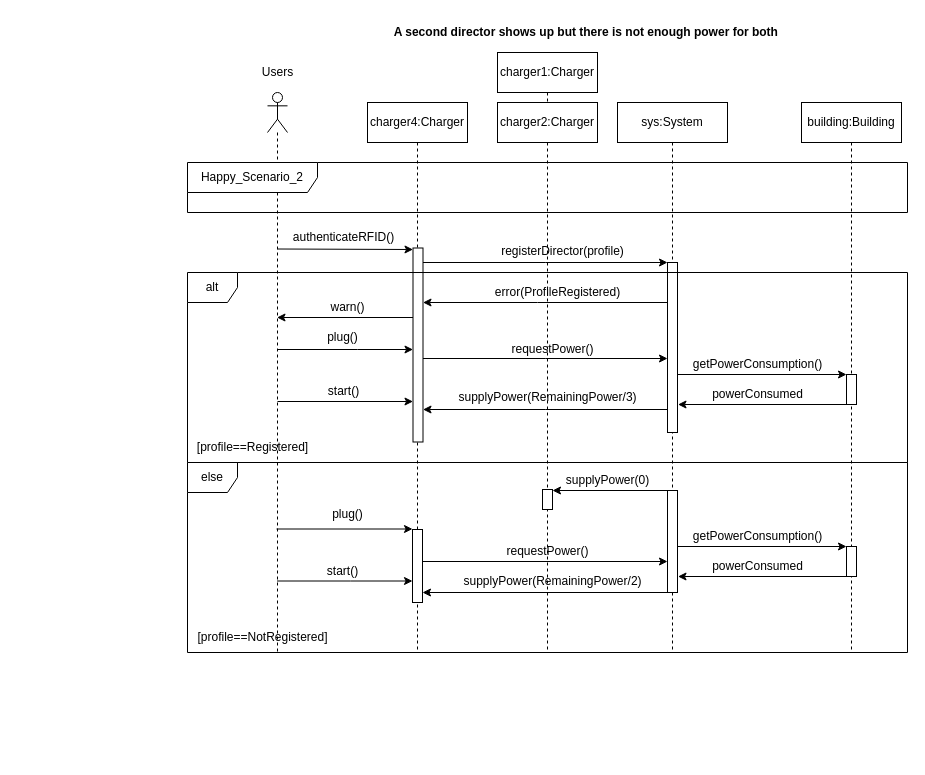
The draw.io diagram page "Profile Registration" (6 of 9) of Documents/Design/UseCases_SequenceDiagrams.drawio in SeanDBrrr/PowerLoadBalancer, before the edit. Source tidied: cells renumbered, new cells numbered last; positions are measured from the earlier drawing's top-left corner, leaving out a move shared by most shapes. Both pictures are drawn from the tidied source at 100%, with x=0, y=0 at pixel (187, 17).
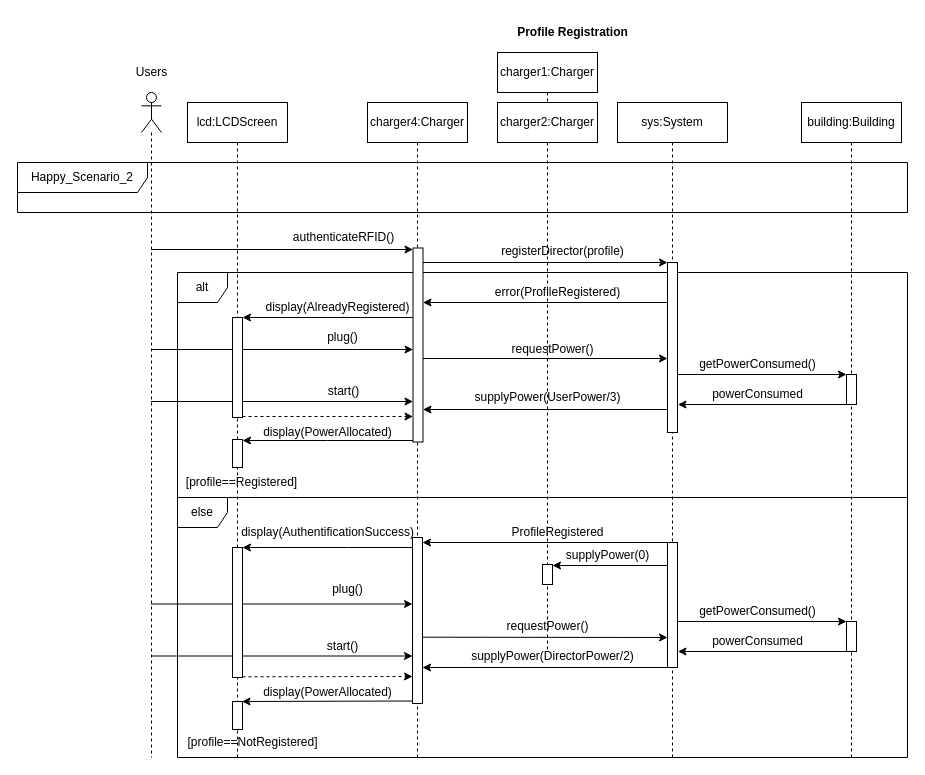
After the change.

The change refers to these unchanged cells:
```xml
<mxCell id="9" style="html=1;points=[];perimeter=orthogonalPerimeter;outlineConnect=0;targetShapes=umlLifeline;portConstraint=eastwest;newEdgeStyle={&quot;edgeStyle&quot;:&quot;elbowEdgeStyle&quot;,&quot;elbow&quot;:&quot;vertical&quot;,&quot;curved&quot;:0,&quot;rounded&quot;:0};" parent="6" vertex="1">
  <mxGeometry x="-204.5" y="145.5" width="10" height="194" as="geometry" />
</mxCell>
<mxCell id="37" value="charger2:Charger" style="shape=umlLifeline;perimeter=lifelinePerimeter;whiteSpace=wrap;html=1;newEdgeStyle={&quot;edgeStyle&quot;:&quot;elbowEdgeStyle&quot;,&quot;elbow&quot;:&quot;vertical&quot;,&quot;curved&quot;:0,&quot;rounded&quot;:0};" parent="1" vertex="1">
  <mxGeometry x="310" y="85" width="100" height="550" as="geometry" />
</mxCell>
```

The edit, as a diff of the source:
```diff
@@
+    <mxCell id="21" value="alt" style="shape=umlFrame;whiteSpace=wrap;html=1;width=50;height=30;" parent="1" vertex="1">
+      <mxGeometry x="-10" y="255" width="730" height="225" as="geometry" />
+    </mxCell>
+    <mxCell id="34" value="else" style="shape=umlFrame;whiteSpace=wrap;html=1;width=50;height=30;" parent="1" vertex="1">
+      <mxGeometry x="-10" y="480" width="730" height="260" as="geometry" />
+    </mxCell>
     <mxCell id="2" value="charger4:Charger" style="shape=umlLifeline;perimeter=lifelinePerimeter;whiteSpace=wrap;html=1;newEdgeStyle={&quot;edgeStyle&quot;:&quot;elbowEdgeStyle&quot;,&quot;elbow&quot;:&quot;vertical&quot;,&quot;curved&quot;:0,&quot;rounded&quot;:0};" parent="1" vertex="1">
-      <mxGeometry x="180" y="85" width="100" height="550" as="geometry" />
+      <mxGeometry x="180" y="85" width="100" height="655" as="geometry" />
     </mxCell>
-    <mxCell id="3" style="edgeStyle=elbowEdgeStyle;rounded=0;orthogonalLoop=1;jettySize=auto;html=1;elbow=vertical;curved=0;" parent="1" edge="1">
+    <mxCell id="3" style="edgeStyle=elbowEdgeStyle;rounded=0;jettySize=auto;html=1;elbow=vertical;curved=0;" parent="1" edge="1" source="4">
       <mxGeometry relative="1" as="geometry">
-        <mxPoint x="89.5" y="332" as="sourcePoint" />
         <mxPoint x="225.5" y="332" as="targetPoint" />
         <Array as="points">
           <mxPoint x="170" y="332" />
         </Array>
       </mxGeometry>
     </mxCell>
     <mxCell id="4" style="shape=umlLifeline;perimeter=lifelinePerimeter;whiteSpace=wrap;html=1;outlineConnect=0;portConstraint=eastwest;newEdgeStyle={&quot;edgeStyle&quot;:&quot;elbowEdgeStyle&quot;,&quot;elbow&quot;:&quot;vertical&quot;,&quot;curved&quot;:0,&quot;rounded&quot;:0};participant=umlActor;" parent="1" vertex="1">
-      <mxGeometry x="80" y="75" width="20" height="560" as="geometry" />
+      <mxGeometry x="-46" y="75" width="20" height="665" as="geometry" />
     </mxCell>
     <mxCell id="5" value="Happy_Scenario_2" style="shape=umlFrame;whiteSpace=wrap;html=1;width=130;height=30;" parent="1" vertex="1">
-      <mxGeometry y="145" width="720" height="50" as="geometry" />
+      <mxGeometry x="-170" y="145" width="890" height="50" as="geometry" />
     </mxCell>
     <mxCell id="6" value="sys:System" style="shape=umlLifeline;perimeter=lifelinePerimeter;whiteSpace=wrap;html=1;newEdgeStyle={&quot;edgeStyle&quot;:&quot;elbowEdgeStyle&quot;,&quot;elbow&quot;:&quot;vertical&quot;,&quot;curved&quot;:0,&quot;rounded&quot;:0};" parent="1" vertex="1">
-      <mxGeometry x="430" y="85" width="110" height="550" as="geometry" />
+      <mxGeometry x="430" y="85" width="110" height="655" as="geometry" />
     </mxCell>
@@
-    <mxCell id="10" style="edgeStyle=elbowEdgeStyle;rounded=0;orthogonalLoop=1;jettySize=auto;html=1;elbow=vertical;curved=0;" parent="6" edge="1">
+    <mxCell id="10" style="edgeStyle=elbowEdgeStyle;rounded=0;jettySize=auto;html=1;elbow=vertical;curved=0;" parent="6" edge="1" source="4">
       <mxGeometry relative="1" as="geometry">
-        <mxPoint x="-340" y="146.5" as="sourcePoint" />
         <mxPoint x="-204.5" y="146.5" as="targetPoint" />
       </mxGeometry>
     </mxCell>
-    <mxCell id="11" style="edgeStyle=elbowEdgeStyle;rounded=0;orthogonalLoop=1;jettySize=auto;html=1;elbow=vertical;curved=0;" parent="6" edge="1">
+    <mxCell id="11" style="edgeStyle=elbowEdgeStyle;rounded=0;jettySize=auto;html=1;elbow=vertical;curved=0;" parent="6" edge="1" source="4">
       <mxGeometry relative="1" as="geometry">
-        <mxPoint x="-340" y="299" as="sourcePoint" />
         <mxPoint x="-204.5" y="299" as="targetPoint" />
         <Array as="points">
           <mxPoint x="-266.5" y="299" />
         </Array>
       </mxGeometry>
     </mxCell>
@@
     <mxCell id="17" style="html=1;points=[];perimeter=orthogonalPerimeter;outlineConnect=0;targetShapes=umlLifeline;portConstraint=eastwest;newEdgeStyle={&quot;edgeStyle&quot;:&quot;elbowEdgeStyle&quot;,&quot;elbow&quot;:&quot;vertical&quot;,&quot;curved&quot;:0,&quot;rounded&quot;:0};" parent="6" vertex="1">
-      <mxGeometry x="50" y="388" width="10" height="102" as="geometry" />
+      <mxGeometry x="50" y="440" width="10" height="125" as="geometry" />
     </mxCell>
     <mxCell id="18" value="building:Building" style="shape=umlLifeline;perimeter=lifelinePerimeter;whiteSpace=wrap;html=1;newEdgeStyle={&quot;edgeStyle&quot;:&quot;elbowEdgeStyle&quot;,&quot;elbow&quot;:&quot;vertical&quot;,&quot;curved&quot;:0,&quot;rounded&quot;:0};" parent="1" vertex="1">
-      <mxGeometry x="614" y="85" width="100" height="550" as="geometry" />
+      <mxGeometry x="614" y="85" width="100" height="655" as="geometry" />
     </mxCell>
     <mxCell id="19" value="Users" style="text;html=1;align=center;verticalAlign=middle;strokeColor=none;fillColor=none;" parent="1" vertex="1">
-      <mxGeometry x="65" y="40" width="50" height="30" as="geometry" />
+      <mxGeometry x="-61" y="40" width="50" height="30" as="geometry" />
     </mxCell>
@@
-    <mxCell id="21" value="alt" style="shape=umlFrame;whiteSpace=wrap;html=1;width=50;height=30;" parent="1" vertex="1">
-      <mxGeometry y="255" width="720" height="190" as="geometry" />
-    </mxCell>
     <mxCell id="22" value="[profile==Registered]" style="text;html=1;align=center;verticalAlign=middle;strokeColor=none;fillColor=none;" parent="1" vertex="1">
-      <mxGeometry y="415" width="130" height="30" as="geometry" />
+      <mxGeometry x="-11" y="450" width="130" height="30" as="geometry" />
     </mxCell>
@@
-    <mxCell id="25" style="edgeStyle=elbowEdgeStyle;rounded=0;orthogonalLoop=1;jettySize=auto;html=1;elbow=vertical;curved=0;" parent="1" edge="1">
+    <mxCell id="25" style="edgeStyle=elbowEdgeStyle;rounded=0;jettySize=auto;html=1;elbow=vertical;curved=0;" parent="1" edge="1" target="59">
       <mxGeometry relative="1" as="geometry">
         <mxPoint x="225.5" y="300" as="sourcePoint" />
-        <mxPoint x="89.5" y="300" as="targetPoint" />
       </mxGeometry>
     </mxCell>
-    <mxCell id="26" value="warn()" style="text;html=1;align=center;verticalAlign=middle;strokeColor=none;fillColor=none;" parent="1" vertex="1">
-      <mxGeometry x="130" y="275" width="60" height="30" as="geometry" />
+    <mxCell id="26" value="display(AlreadyRegistered)" style="text;html=1;align=center;verticalAlign=middle;strokeColor=none;fillColor=none;" parent="1" vertex="1">
+      <mxGeometry x="65" y="275" width="170" height="30" as="geometry" />
     </mxCell>
@@
-    <mxCell id="28" value="supplyPower(RemainingPower/3)" style="text;html=1;align=center;verticalAlign=middle;strokeColor=none;fillColor=none;" parent="1" vertex="1">
-      <mxGeometry x="260" y="365" width="200" height="30" as="geometry" />
+    <mxCell id="28" value="supplyPower(UserPower/3)" style="text;html=1;align=center;verticalAlign=middle;strokeColor=none;fillColor=none;" parent="1" vertex="1">
+      <mxGeometry x="275" y="365" width="170" height="30" as="geometry" />
     </mxCell>
@@
-    <mxCell id="30" value="getPowerConsumption()" style="text;html=1;align=center;verticalAlign=middle;strokeColor=none;fillColor=none;" parent="1" vertex="1">
-      <mxGeometry x="495" y="332" width="150" height="30" as="geometry" />
+    <mxCell id="30" value="getPowerConsumed()" style="text;html=1;align=center;verticalAlign=middle;strokeColor=none;fillColor=none;" parent="1" vertex="1">
+      <mxGeometry x="500" y="332" width="140" height="30" as="geometry" />
     </mxCell>
@@
-    <mxCell id="34" value="else" style="shape=umlFrame;whiteSpace=wrap;html=1;width=50;height=30;" parent="1" vertex="1">
-      <mxGeometry y="445" width="720" height="190" as="geometry" />
-    </mxCell>
     <mxCell id="35" value="[profile==NotRegistered]" style="text;html=1;align=center;verticalAlign=middle;strokeColor=none;fillColor=none;" parent="1" vertex="1">
-      <mxGeometry y="605" width="150" height="30" as="geometry" />
+      <mxGeometry x="-10" y="710" width="150" height="30" as="geometry" />
     </mxCell>
@@
     <mxCell id="38" style="html=1;perimeter=orthogonalPerimeter;targetShapes=umlLifeline;newEdgeStyle={&quot;edgeStyle&quot;:&quot;elbowEdgeStyle&quot;,&quot;elbow&quot;:&quot;vertical&quot;,&quot;curved&quot;:0,&quot;rounded&quot;:0};" parent="37" vertex="1">
-      <mxGeometry x="45" y="387" width="10" height="20" as="geometry" />
+      <mxGeometry x="45" y="462" width="10" height="20" as="geometry" />
     </mxCell>
     <mxCell id="39" style="edgeStyle=elbowEdgeStyle;rounded=0;orthogonalLoop=1;jettySize=auto;html=1;elbow=vertical;curved=0;" parent="1" edge="1">
       <mxGeometry relative="1" as="geometry">
-        <mxPoint x="480" y="473" as="sourcePoint" />
-        <mxPoint x="365" y="473" as="targetPoint" />
+        <mxPoint x="480" y="548" as="sourcePoint" />
+        <mxPoint x="365" y="548" as="targetPoint" />
       </mxGeometry>
     </mxCell>
     <mxCell id="40" value="supplyPower(0)" style="text;html=1;align=center;verticalAlign=middle;strokeColor=none;fillColor=none;" parent="1" vertex="1">
-      <mxGeometry x="365" y="448" width="110" height="30" as="geometry" />
+      <mxGeometry x="365" y="523" width="110" height="30" as="geometry" />
     </mxCell>
-    <mxCell id="41" style="edgeStyle=elbowEdgeStyle;rounded=0;jettySize=auto;html=1;elbow=vertical;curved=0;" parent="1" edge="1" source="42" target="17">
-      <mxGeometry relative="1" as="geometry" />
+    <mxCell id="41" style="edgeStyle=elbowEdgeStyle;rounded=0;orthogonalLoop=1;jettySize=auto;html=1;elbow=vertical;curved=0;" parent="1" edge="1">
+      <mxGeometry relative="1" as="geometry">
+        <mxPoint x="235" y="619.7" as="sourcePoint" />
+        <mxPoint x="480" y="619.7" as="targetPoint" />
+      </mxGeometry>
     </mxCell>
+    <mxCell id="56" style="edgeStyle=elbowEdgeStyle;rounded=0;jettySize=auto;html=1;elbow=vertical;curved=0;" parent="1" edge="1" source="42" target="65">
+      <mxGeometry relative="1" as="geometry">
+        <Array as="points">
+          <mxPoint x="160" y="530" />
+        </Array>
+      </mxGeometry>
+    </mxCell>
     <mxCell id="42" style="html=1;points=[];perimeter=orthogonalPerimeter;outlineConnect=0;targetShapes=umlLifeline;portConstraint=eastwest;newEdgeStyle={&quot;edgeStyle&quot;:&quot;elbowEdgeStyle&quot;,&quot;elbow&quot;:&quot;vertical&quot;,&quot;curved&quot;:0,&quot;rounded&quot;:0};" parent="1" vertex="1">
-      <mxGeometry x="225" y="512" width="10" height="73" as="geometry" />
+      <mxGeometry x="225" y="520" width="10" height="166" as="geometry" />
     </mxCell>
     <mxCell id="43" style="edgeStyle=elbowEdgeStyle;rounded=0;orthogonalLoop=1;jettySize=auto;html=1;elbow=vertical;curved=0;" parent="1" edge="1">
       <mxGeometry relative="1" as="geometry">
-        <mxPoint x="89" y="511.5" as="sourcePoint" />
-        <mxPoint x="225" y="511.5" as="targetPoint" />
+        <mxPoint x="-36.7" y="586.5" as="sourcePoint" />
+        <mxPoint x="225" y="586.5" as="targetPoint" />
         <Array as="points">
-          <mxPoint x="169.5" y="511.5" />
+          <mxPoint x="169.5" y="586.5" />
         </Array>
       </mxGeometry>
     </mxCell>
     <mxCell id="44" style="edgeStyle=elbowEdgeStyle;rounded=0;orthogonalLoop=1;jettySize=auto;html=1;elbow=vertical;curved=0;" parent="1" edge="1">
       <mxGeometry relative="1" as="geometry">
-        <mxPoint x="89.5" y="563.5" as="sourcePoint" />
-        <mxPoint x="225" y="563.5" as="targetPoint" />
+        <mxPoint x="-36.7" y="638.5" as="sourcePoint" />
+        <mxPoint x="225" y="638.5" as="targetPoint" />
         <Array as="points">
-          <mxPoint x="163" y="563.5" />
+          <mxPoint x="163" y="638.5" />
         </Array>
       </mxGeometry>
     </mxCell>
     <mxCell id="45" value="start()" style="text;html=1;align=center;verticalAlign=middle;strokeColor=none;fillColor=none;" parent="1" vertex="1">
-      <mxGeometry x="130" y="538.5" width="50" height="30" as="geometry" />
+      <mxGeometry x="130" y="613.5" width="50" height="30" as="geometry" />
     </mxCell>
     <mxCell id="46" value="plug()" style="text;html=1;align=center;verticalAlign=middle;strokeColor=none;fillColor=none;" parent="1" vertex="1">
-      <mxGeometry x="135" y="482" width="50" height="30" as="geometry" />
+      <mxGeometry x="135" y="557" width="50" height="30" as="geometry" />
     </mxCell>
     <mxCell id="47" style="edgeStyle=elbowEdgeStyle;rounded=0;orthogonalLoop=1;jettySize=auto;html=1;elbow=vertical;curved=0;" parent="1" edge="1">
       <mxGeometry relative="1" as="geometry">
-        <mxPoint x="480" y="575" as="sourcePoint" />
-        <mxPoint x="235" y="575" as="targetPoint" />
+        <mxPoint x="480" y="650" as="sourcePoint" />
+        <mxPoint x="235" y="650" as="targetPoint" />
       </mxGeometry>
     </mxCell>
-    <mxCell id="48" value="supplyPower(RemainingPower/2)" style="text;html=1;align=center;verticalAlign=middle;strokeColor=none;fillColor=none;" parent="1" vertex="1">
-      <mxGeometry x="265" y="549" width="200" height="30" as="geometry" />
+    <mxCell id="48" value="supplyPower(DirectorPower/2)" style="text;html=1;align=center;verticalAlign=middle;strokeColor=none;fillColor=none;" parent="1" vertex="1">
+      <mxGeometry x="270" y="624" width="190" height="30" as="geometry" />
     </mxCell>
     <mxCell id="49" value="requestPower()" style="text;html=1;align=center;verticalAlign=middle;strokeColor=none;fillColor=none;" parent="1" vertex="1">
-      <mxGeometry x="305" y="519" width="110" height="30" as="geometry" />
+      <mxGeometry x="305" y="594" width="110" height="30" as="geometry" />
     </mxCell>
     <mxCell id="50" style="html=1;perimeter=orthogonalPerimeter;targetShapes=umlLifeline;newEdgeStyle={&quot;edgeStyle&quot;:&quot;elbowEdgeStyle&quot;,&quot;elbow&quot;:&quot;vertical&quot;,&quot;curved&quot;:0,&quot;rounded&quot;:0};" parent="1" vertex="1">
-      <mxGeometry x="659" y="529" width="10" height="30" as="geometry" />
+      <mxGeometry x="659" y="604" width="10" height="30" as="geometry" />
     </mxCell>
-    <mxCell id="51" value="getPowerConsumption()" style="text;html=1;align=center;verticalAlign=middle;strokeColor=none;fillColor=none;" parent="1" vertex="1">
-      <mxGeometry x="495" y="504" width="150" height="30" as="geometry" />
+    <mxCell id="51" value="getPowerConsumed()" style="text;html=1;align=center;verticalAlign=middle;strokeColor=none;fillColor=none;" parent="1" vertex="1">
+      <mxGeometry x="500" y="579" width="140" height="30" as="geometry" />
     </mxCell>
     <mxCell id="52" style="edgeStyle=elbowEdgeStyle;rounded=0;orthogonalLoop=1;jettySize=auto;html=1;elbow=vertical;curved=0;" parent="1" edge="1">
       <mxGeometry relative="1" as="geometry">
-        <mxPoint x="659" y="559" as="sourcePoint" />
-        <mxPoint x="490.5" y="559.5" as="targetPoint" />
+        <mxPoint x="659" y="634" as="sourcePoint" />
+        <mxPoint x="490.5" y="634.5" as="targetPoint" />
       </mxGeometry>
     </mxCell>
     <mxCell id="53" value="powerConsumed" style="text;html=1;align=center;verticalAlign=middle;strokeColor=none;fillColor=none;" parent="1" vertex="1">
-      <mxGeometry x="515" y="534" width="110" height="30" as="geometry" />
+      <mxGeometry x="515" y="609" width="110" height="30" as="geometry" />
     </mxCell>
     <mxCell id="54" style="edgeStyle=elbowEdgeStyle;rounded=0;orthogonalLoop=1;jettySize=auto;html=1;elbow=vertical;curved=0;" parent="1" edge="1">
       <mxGeometry relative="1" as="geometry">
-        <mxPoint x="490" y="529" as="sourcePoint" />
-        <mxPoint x="659" y="529" as="targetPoint" />
+        <mxPoint x="490" y="604" as="sourcePoint" />
+        <mxPoint x="659" y="604" as="targetPoint" />
       </mxGeometry>
     </mxCell>
-    <mxCell id="55" value="&lt;b&gt;A second director shows up but there is not enough power for both&amp;nbsp;&lt;/b&gt;" style="text;html=1;align=center;verticalAlign=middle;strokeColor=none;fillColor=none;" parent="1" vertex="1">
-      <mxGeometry x="195" width="410" height="30" as="geometry" />
+    <mxCell id="55" value="&lt;b&gt;Profile Registration&lt;/b&gt;" style="text;html=1;align=center;verticalAlign=middle;strokeColor=none;fillColor=none;" parent="1" vertex="1">
+      <mxGeometry x="320" width="130" height="30" as="geometry" />
     </mxCell>
+    <mxCell id="57" value="lcd:LCDScreen" style="shape=umlLifeline;perimeter=lifelinePerimeter;whiteSpace=wrap;html=1;newEdgeStyle={&quot;edgeStyle&quot;:&quot;elbowEdgeStyle&quot;,&quot;elbow&quot;:&quot;vertical&quot;,&quot;curved&quot;:0,&quot;rounded&quot;:0};" parent="1" vertex="1">
+      <mxGeometry y="85" width="100" height="655" as="geometry" />
+    </mxCell>
+    <mxCell id="58" style="edgeStyle=elbowEdgeStyle;rounded=0;jettySize=auto;html=1;elbow=vertical;curved=0;dashed=1;" parent="1" edge="1" source="59">
+      <mxGeometry relative="1" as="geometry">
+        <mxPoint x="225.5" y="399.3" as="targetPoint" />
+      </mxGeometry>
+    </mxCell>
+    <mxCell id="59" style="html=1;points=[];perimeter=orthogonalPerimeter;outlineConnect=0;targetShapes=umlLifeline;portConstraint=eastwest;newEdgeStyle={&quot;edgeStyle&quot;:&quot;elbowEdgeStyle&quot;,&quot;elbow&quot;:&quot;vertical&quot;,&quot;curved&quot;:0,&quot;rounded&quot;:0};" parent="1" vertex="1">
+      <mxGeometry x="45" y="300" width="10" height="100" as="geometry" />
+    </mxCell>
+    <mxCell id="60" style="html=1;points=[];perimeter=orthogonalPerimeter;outlineConnect=0;targetShapes=umlLifeline;portConstraint=eastwest;newEdgeStyle={&quot;edgeStyle&quot;:&quot;elbowEdgeStyle&quot;,&quot;elbow&quot;:&quot;vertical&quot;,&quot;curved&quot;:0,&quot;rounded&quot;:0};" parent="1" vertex="1">
+      <mxGeometry x="45" y="422" width="10" height="28" as="geometry" />
+    </mxCell>
+    <mxCell id="61" style="edgeStyle=elbowEdgeStyle;rounded=0;jettySize=auto;html=1;elbow=vertical;curved=0;" parent="1" edge="1" source="9" target="60">
+      <mxGeometry relative="1" as="geometry" />
+    </mxCell>
+    <mxCell id="62" value="display(PowerAllocated)" style="text;html=1;align=center;verticalAlign=middle;strokeColor=none;fillColor=none;" parent="1" vertex="1">
+      <mxGeometry x="65" y="400" width="150" height="30" as="geometry" />
+    </mxCell>
+    <mxCell id="63" value="display(AuthentificationSuccess)" style="text;html=1;align=center;verticalAlign=middle;strokeColor=none;fillColor=none;" parent="1" vertex="1">
+      <mxGeometry x="40" y="500" width="200" height="30" as="geometry" />
+    </mxCell>
+    <mxCell id="64" style="edgeStyle=elbowEdgeStyle;rounded=0;orthogonalLoop=1;jettySize=auto;html=1;elbow=vertical;curved=0;dashed=1;" parent="1" edge="1">
+      <mxGeometry relative="1" as="geometry">
+        <mxPoint x="55" y="659.3" as="sourcePoint" />
+        <mxPoint x="225" y="659.3" as="targetPoint" />
+      </mxGeometry>
+    </mxCell>
+    <mxCell id="65" style="html=1;points=[];perimeter=orthogonalPerimeter;outlineConnect=0;targetShapes=umlLifeline;portConstraint=eastwest;newEdgeStyle={&quot;edgeStyle&quot;:&quot;elbowEdgeStyle&quot;,&quot;elbow&quot;:&quot;vertical&quot;,&quot;curved&quot;:0,&quot;rounded&quot;:0};" parent="1" vertex="1">
+      <mxGeometry x="45" y="530" width="10" height="130" as="geometry" />
+    </mxCell>
+    <mxCell id="66" style="edgeStyle=elbowEdgeStyle;rounded=0;orthogonalLoop=1;jettySize=auto;html=1;elbow=vertical;curved=0;" parent="1" edge="1">
+      <mxGeometry relative="1" as="geometry">
+        <mxPoint x="479.5" y="525" as="sourcePoint" />
+        <mxPoint x="235" y="525" as="targetPoint" />
+        <Array as="points">
+          <mxPoint x="349.5" y="525" />
+        </Array>
+      </mxGeometry>
+    </mxCell>
+    <mxCell id="67" value="ProfileRegistered" style="text;html=1;align=center;verticalAlign=middle;strokeColor=none;fillColor=none;" parent="1" vertex="1">
+      <mxGeometry x="309.5" y="500" width="120" height="30" as="geometry" />
+    </mxCell>
+    <mxCell id="68" style="edgeStyle=elbowEdgeStyle;rounded=0;orthogonalLoop=1;jettySize=auto;html=1;elbow=vertical;curved=0;" parent="1" edge="1">
+      <mxGeometry relative="1" as="geometry">
+        <mxPoint x="225" y="683.5" as="sourcePoint" />
+        <mxPoint x="54.5" y="683.5" as="targetPoint" />
+      </mxGeometry>
+    </mxCell>
+    <mxCell id="69" value="display(PowerAllocated)" style="text;html=1;align=center;verticalAlign=middle;strokeColor=none;fillColor=none;" parent="1" vertex="1">
+      <mxGeometry x="64.5" y="660" width="150" height="30" as="geometry" />
+    </mxCell>
+    <mxCell id="70" style="html=1;perimeter=orthogonalPerimeter;targetShapes=umlLifeline;newEdgeStyle={&quot;edgeStyle&quot;:&quot;elbowEdgeStyle&quot;,&quot;elbow&quot;:&quot;vertical&quot;,&quot;curved&quot;:0,&quot;rounded&quot;:0};" parent="1" vertex="1">
+      <mxGeometry x="45" y="684" width="10" height="28" as="geometry" />
+    </mxCell>
```
